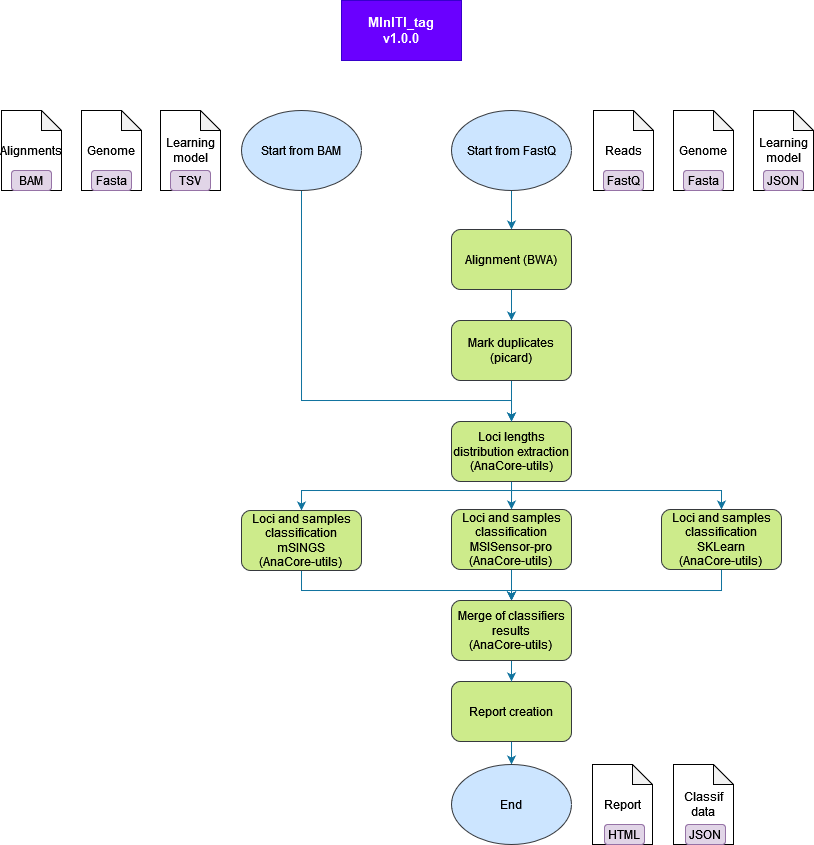
The draw.io diagram doc/img/wf/MInITI_tag.png in bialimed/MInITI, before a commit. Source tidied: cells renumbered, new cells last; positions are measured from the earlier drawing's top-left corner, leaving out a move shared by most shapes. Source of this version:
```xml
<mxGraphModel>
  <root>
    <mxCell id="0" />
    <mxCell id="1" parent="0" />
    <mxCell id="2" value="Report" style="shape=note;whiteSpace=wrap;html=1;backgroundOutline=1;darkOpacity=0.05;size=20;" parent="1" vertex="1">
      <mxGeometry x="591" y="764" width="60" height="80" as="geometry" />
    </mxCell>
    <mxCell id="3" value="Learning model" style="shape=note;whiteSpace=wrap;html=1;backgroundOutline=1;darkOpacity=0.05;size=20;" parent="1" vertex="1">
      <mxGeometry x="752" y="110" width="60" height="80" as="geometry" />
    </mxCell>
    <mxCell id="4" value="Genome" style="shape=note;whiteSpace=wrap;html=1;backgroundOutline=1;darkOpacity=0.05;size=20;" parent="1" vertex="1">
      <mxGeometry x="672" y="110" width="60" height="80" as="geometry" />
    </mxCell>
    <mxCell id="5" style="edgeStyle=orthogonalEdgeStyle;rounded=0;jettySize=auto;html=1;exitX=0.5;exitY=1;exitDx=0;exitDy=0;entryX=0.5;entryY=0;entryDx=0;entryDy=0;fillColor=#b1ddf0;strokeColor=#10739e;" parent="1" edge="1" source="6" target="8">
      <mxGeometry relative="1" as="geometry" />
    </mxCell>
    <mxCell id="6" value="Start from FastQ" style="ellipse;whiteSpace=wrap;html=1;fillColor=#cce5ff;strokeColor=#36393d;" parent="1" vertex="1">
      <mxGeometry x="450" y="110" width="120" height="80" as="geometry" />
    </mxCell>
    <mxCell id="7" style="edgeStyle=orthogonalEdgeStyle;rounded=0;jettySize=auto;html=1;exitX=0.5;exitY=1;exitDx=0;exitDy=0;entryX=0.5;entryY=0;entryDx=0;entryDy=0;fillColor=#b1ddf0;strokeColor=#10739e;" parent="1" edge="1" source="8" target="10">
      <mxGeometry relative="1" as="geometry" />
    </mxCell>
    <mxCell id="8" value="Alignment (BWA)" style="rounded=1;whiteSpace=wrap;html=1;fillColor=#cdeb8b;strokeColor=#36393d;" parent="1" vertex="1">
      <mxGeometry x="450" y="229" width="120" height="60" as="geometry" />
    </mxCell>
    <mxCell id="9" style="edgeStyle=orthogonalEdgeStyle;rounded=0;jettySize=auto;html=1;exitX=0.5;exitY=1;exitDx=0;exitDy=0;entryX=0.5;entryY=0;entryDx=0;entryDy=0;fillColor=#b1ddf0;strokeColor=#10739e;" parent="1" edge="1" source="10" target="14">
      <mxGeometry relative="1" as="geometry" />
    </mxCell>
    <mxCell id="10" value="Mark duplicates (picard)" style="rounded=1;whiteSpace=wrap;html=1;fillColor=#cdeb8b;strokeColor=#36393d;" parent="1" vertex="1">
      <mxGeometry x="450" y="320" width="120" height="60" as="geometry" />
    </mxCell>
    <mxCell id="11" style="edgeStyle=orthogonalEdgeStyle;rounded=0;jettySize=auto;html=1;exitX=0.5;exitY=1;exitDx=0;exitDy=0;entryX=0.5;entryY=0;entryDx=0;entryDy=0;fillColor=#b1ddf0;strokeColor=#10739e;" parent="1" edge="1" source="14" target="16">
      <mxGeometry relative="1" as="geometry">
        <Array as="points">
          <mxPoint x="510" y="490" />
          <mxPoint x="300" y="490" />
        </Array>
      </mxGeometry>
    </mxCell>
    <mxCell id="12" style="edgeStyle=orthogonalEdgeStyle;rounded=0;jettySize=auto;html=1;exitX=0.5;exitY=1;exitDx=0;exitDy=0;fontSize=13;fillColor=#b1ddf0;strokeColor=#10739e;" parent="1" edge="1" source="14" target="33">
      <mxGeometry relative="1" as="geometry" />
    </mxCell>
    <mxCell id="13" style="edgeStyle=orthogonalEdgeStyle;rounded=0;jettySize=auto;html=1;exitX=0.5;exitY=1;exitDx=0;exitDy=0;entryX=0.5;entryY=0;entryDx=0;entryDy=0;fontSize=13;fillColor=#b1ddf0;strokeColor=#10739e;" parent="1" edge="1" source="14" target="35">
      <mxGeometry relative="1" as="geometry">
        <Array as="points">
          <mxPoint x="510" y="490" />
          <mxPoint x="720" y="490" />
        </Array>
      </mxGeometry>
    </mxCell>
    <mxCell id="14" value="&lt;div&gt;Loci lengths distribution extraction&lt;/div&gt;&lt;div&gt;(AnaCore-utils)&lt;/div&gt;" style="rounded=1;whiteSpace=wrap;html=1;fillColor=#cdeb8b;strokeColor=#36393d;" parent="1" vertex="1">
      <mxGeometry x="450" y="421" width="120" height="60" as="geometry" />
    </mxCell>
    <mxCell id="15" style="edgeStyle=orthogonalEdgeStyle;rounded=0;jettySize=auto;html=1;exitX=0.5;exitY=1;exitDx=0;exitDy=0;entryX=0.5;entryY=0;entryDx=0;entryDy=0;fontSize=13;fillColor=#b1ddf0;strokeColor=#10739e;" parent="1" edge="1" source="16" target="37">
      <mxGeometry relative="1" as="geometry">
        <Array as="points">
          <mxPoint x="300" y="590" />
          <mxPoint x="510" y="590" />
        </Array>
      </mxGeometry>
    </mxCell>
    <mxCell id="16" value="&lt;div&gt;Loci and samples classification mSINGS&lt;br&gt;&lt;/div&gt;&lt;div&gt;(AnaCore-utils)&lt;br&gt;&lt;/div&gt;" style="rounded=1;whiteSpace=wrap;html=1;fillColor=#cdeb8b;strokeColor=#36393d;" parent="1" vertex="1">
      <mxGeometry x="240" y="510" width="120" height="60" as="geometry" />
    </mxCell>
    <mxCell id="17" style="edgeStyle=orthogonalEdgeStyle;rounded=0;jettySize=auto;html=1;exitX=0.5;exitY=1;exitDx=0;exitDy=0;fillColor=#b1ddf0;strokeColor=#10739e;" parent="1" edge="1" source="18" target="19">
      <mxGeometry relative="1" as="geometry" />
    </mxCell>
    <mxCell id="18" value="Report creation" style="rounded=1;whiteSpace=wrap;html=1;fillColor=#cdeb8b;strokeColor=#36393d;" parent="1" vertex="1">
      <mxGeometry x="450" y="681" width="120" height="60" as="geometry" />
    </mxCell>
    <mxCell id="19" value="End" style="ellipse;whiteSpace=wrap;html=1;fillColor=#cce5ff;strokeColor=#36393d;" parent="1" vertex="1">
      <mxGeometry x="450" y="764" width="120" height="80" as="geometry" />
    </mxCell>
    <mxCell id="20" value="Reads" style="shape=note;whiteSpace=wrap;html=1;backgroundOutline=1;darkOpacity=0.05;size=20;" parent="1" vertex="1">
      <mxGeometry x="592" y="110" width="60" height="80" as="geometry" />
    </mxCell>
    <mxCell id="21" style="edgeStyle=orthogonalEdgeStyle;rounded=0;jettySize=auto;html=1;exitX=0.5;exitY=1;exitDx=0;exitDy=0;fillColor=#b1ddf0;strokeColor=#10739e;" parent="1" edge="1" source="22" target="14">
      <mxGeometry relative="1" as="geometry">
        <Array as="points">
          <mxPoint x="300" y="400" />
          <mxPoint x="510" y="400" />
        </Array>
      </mxGeometry>
    </mxCell>
    <mxCell id="22" value="Start from BAM" style="ellipse;whiteSpace=wrap;html=1;fillColor=#cce5ff;strokeColor=#36393d;" parent="1" vertex="1">
      <mxGeometry x="240" y="110" width="120" height="80" as="geometry" />
    </mxCell>
    <mxCell id="23" value="FastQ" style="rounded=1;whiteSpace=wrap;html=1;fillColor=#e1d5e7;strokeColor=#9673a6;" parent="1" vertex="1">
      <mxGeometry x="602" y="170" width="40" height="20" as="geometry" />
    </mxCell>
    <mxCell id="24" value="Fasta" style="rounded=1;whiteSpace=wrap;html=1;fillColor=#e1d5e7;strokeColor=#9673a6;" parent="1" vertex="1">
      <mxGeometry x="682" y="170" width="40" height="20" as="geometry" />
    </mxCell>
    <mxCell id="25" value="JSON" style="rounded=1;whiteSpace=wrap;html=1;fillColor=#e1d5e7;strokeColor=#9673a6;" parent="1" vertex="1">
      <mxGeometry x="762" y="170" width="40" height="20" as="geometry" />
    </mxCell>
    <mxCell id="26" value="HTML" style="rounded=1;whiteSpace=wrap;html=1;fillColor=#e1d5e7;strokeColor=#9673a6;" parent="1" vertex="1">
      <mxGeometry x="603" y="824" width="40" height="20" as="geometry" />
    </mxCell>
    <mxCell id="27" value="Learning model" style="shape=note;whiteSpace=wrap;html=1;backgroundOutline=1;darkOpacity=0.05;size=20;" parent="1" vertex="1">
      <mxGeometry x="159" y="110" width="60" height="80" as="geometry" />
    </mxCell>
    <mxCell id="28" value="Alignments" style="shape=note;whiteSpace=wrap;html=1;backgroundOutline=1;darkOpacity=0.05;size=20;" parent="1" vertex="1">
      <mxGeometry y="110" width="60" height="80" as="geometry" />
    </mxCell>
    <mxCell id="29" value="BAM" style="rounded=1;whiteSpace=wrap;html=1;fillColor=#e1d5e7;strokeColor=#9673a6;" parent="1" vertex="1">
      <mxGeometry x="10" y="170" width="40" height="20" as="geometry" />
    </mxCell>
    <mxCell id="30" value="TSV" style="rounded=1;whiteSpace=wrap;html=1;fillColor=#e1d5e7;strokeColor=#9673a6;" parent="1" vertex="1">
      <mxGeometry x="169" y="170" width="40" height="20" as="geometry" />
    </mxCell>
    <mxCell id="31" value="&lt;div&gt;MInITI_tag&lt;/div&gt;&lt;div&gt;v1.0.0&lt;/div&gt;" style="rounded=0;whiteSpace=wrap;html=1;fillColor=#6a00ff;strokeColor=#3700CC;fontColor=#ffffff;fontSize=13;fontStyle=1;" parent="1" vertex="1">
      <mxGeometry x="340" width="120" height="60" as="geometry" />
    </mxCell>
    <mxCell id="32" style="edgeStyle=orthogonalEdgeStyle;rounded=0;jettySize=auto;html=1;exitX=0.5;exitY=1;exitDx=0;exitDy=0;entryX=0.5;entryY=0;entryDx=0;entryDy=0;fontSize=13;fillColor=#b1ddf0;strokeColor=#10739e;" parent="1" edge="1" source="33" target="37">
      <mxGeometry relative="1" as="geometry" />
    </mxCell>
    <mxCell id="33" value="&lt;div&gt;Loci and samples classification MSISensor-pro&lt;br&gt;&lt;/div&gt;&lt;div&gt;(AnaCore-utils)&lt;br&gt;&lt;/div&gt;" style="rounded=1;whiteSpace=wrap;html=1;fillColor=#cdeb8b;strokeColor=#36393d;" parent="1" vertex="1">
      <mxGeometry x="450" y="509" width="120" height="60" as="geometry" />
    </mxCell>
    <mxCell id="34" style="edgeStyle=orthogonalEdgeStyle;rounded=0;jettySize=auto;html=1;exitX=0.5;exitY=1;exitDx=0;exitDy=0;fontSize=13;fillColor=#b1ddf0;strokeColor=#10739e;" parent="1" edge="1" source="35" target="37">
      <mxGeometry relative="1" as="geometry">
        <Array as="points">
          <mxPoint x="720" y="590" />
          <mxPoint x="510" y="590" />
        </Array>
      </mxGeometry>
    </mxCell>
    <mxCell id="35" value="&lt;div&gt;Loci and samples classification SKLearn&lt;br&gt;&lt;/div&gt;&lt;div&gt;(AnaCore-utils)&lt;br&gt;&lt;/div&gt;" style="rounded=1;whiteSpace=wrap;html=1;fillColor=#cdeb8b;strokeColor=#36393d;" parent="1" vertex="1">
      <mxGeometry x="660" y="509" width="120" height="60" as="geometry" />
    </mxCell>
    <mxCell id="36" style="edgeStyle=orthogonalEdgeStyle;rounded=0;jettySize=auto;html=1;exitX=0.5;exitY=1;exitDx=0;exitDy=0;entryX=0.5;entryY=0;entryDx=0;entryDy=0;fontSize=13;fillColor=#b1ddf0;strokeColor=#10739e;" parent="1" edge="1" source="37" target="18">
      <mxGeometry relative="1" as="geometry" />
    </mxCell>
    <mxCell id="37" value="&lt;div&gt;Merge of classifiers results&lt;/div&gt;&lt;div&gt;(AnaCore-utils)&lt;br&gt;&lt;/div&gt;" style="rounded=1;whiteSpace=wrap;html=1;fillColor=#cdeb8b;strokeColor=#36393d;" parent="1" vertex="1">
      <mxGeometry x="450" y="600" width="120" height="60" as="geometry" />
    </mxCell>
    <mxCell id="38" value="Classif data" style="shape=note;whiteSpace=wrap;html=1;backgroundOutline=1;darkOpacity=0.05;size=20;" parent="1" vertex="1">
      <mxGeometry x="672" y="764" width="60" height="80" as="geometry" />
    </mxCell>
    <mxCell id="39" value="JSON" style="rounded=1;whiteSpace=wrap;html=1;fillColor=#e1d5e7;strokeColor=#9673a6;" parent="1" vertex="1">
      <mxGeometry x="684" y="824" width="40" height="20" as="geometry" />
    </mxCell>
    <mxCell id="40" value="Genome" style="shape=note;whiteSpace=wrap;html=1;backgroundOutline=1;darkOpacity=0.05;size=20;" parent="1" vertex="1">
      <mxGeometry x="80" y="110" width="60" height="80" as="geometry" />
    </mxCell>
    <mxCell id="41" value="Fasta" style="rounded=1;whiteSpace=wrap;html=1;fillColor=#e1d5e7;strokeColor=#9673a6;" parent="1" vertex="1">
      <mxGeometry x="90" y="170" width="40" height="20" as="geometry" />
    </mxCell>
  </root>
</mxGraphModel>
```
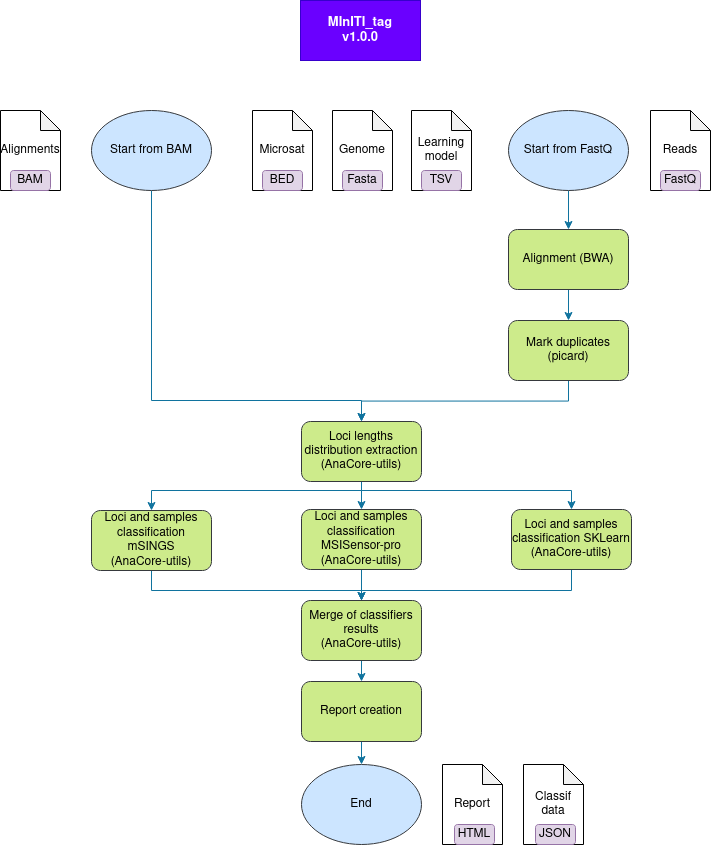
After the change.

Diff of the diagram source:
```diff
@@ -5,29 +5,23 @@
     <mxCell id="2" value="Report" style="shape=note;whiteSpace=wrap;html=1;backgroundOutline=1;darkOpacity=0.05;size=20;" parent="1" vertex="1">
       <mxGeometry x="591" y="764" width="60" height="80" as="geometry" />
     </mxCell>
-    <mxCell id="3" value="Learning model" style="shape=note;whiteSpace=wrap;html=1;backgroundOutline=1;darkOpacity=0.05;size=20;" parent="1" vertex="1">
-      <mxGeometry x="752" y="110" width="60" height="80" as="geometry" />
-    </mxCell>
-    <mxCell id="4" value="Genome" style="shape=note;whiteSpace=wrap;html=1;backgroundOutline=1;darkOpacity=0.05;size=20;" parent="1" vertex="1">
-      <mxGeometry x="672" y="110" width="60" height="80" as="geometry" />
-    </mxCell>
     <mxCell id="5" style="edgeStyle=orthogonalEdgeStyle;rounded=0;jettySize=auto;html=1;exitX=0.5;exitY=1;exitDx=0;exitDy=0;entryX=0.5;entryY=0;entryDx=0;entryDy=0;fillColor=#b1ddf0;strokeColor=#10739e;" parent="1" edge="1" source="6" target="8">
       <mxGeometry relative="1" as="geometry" />
     </mxCell>
     <mxCell id="6" value="Start from FastQ" style="ellipse;whiteSpace=wrap;html=1;fillColor=#cce5ff;strokeColor=#36393d;" parent="1" vertex="1">
-      <mxGeometry x="450" y="110" width="120" height="80" as="geometry" />
+      <mxGeometry x="657" y="110" width="120" height="80" as="geometry" />
     </mxCell>
     <mxCell id="7" style="edgeStyle=orthogonalEdgeStyle;rounded=0;jettySize=auto;html=1;exitX=0.5;exitY=1;exitDx=0;exitDy=0;entryX=0.5;entryY=0;entryDx=0;entryDy=0;fillColor=#b1ddf0;strokeColor=#10739e;" parent="1" edge="1" source="8" target="10">
       <mxGeometry relative="1" as="geometry" />
     </mxCell>
     <mxCell id="8" value="Alignment (BWA)" style="rounded=1;whiteSpace=wrap;html=1;fillColor=#cdeb8b;strokeColor=#36393d;" parent="1" vertex="1">
-      <mxGeometry x="450" y="229" width="120" height="60" as="geometry" />
+      <mxGeometry x="657" y="229" width="120" height="60" as="geometry" />
     </mxCell>
     <mxCell id="9" style="edgeStyle=orthogonalEdgeStyle;rounded=0;jettySize=auto;html=1;exitX=0.5;exitY=1;exitDx=0;exitDy=0;entryX=0.5;entryY=0;entryDx=0;entryDy=0;fillColor=#b1ddf0;strokeColor=#10739e;" parent="1" edge="1" source="10" target="14">
       <mxGeometry relative="1" as="geometry" />
     </mxCell>
     <mxCell id="10" value="Mark duplicates (picard)" style="rounded=1;whiteSpace=wrap;html=1;fillColor=#cdeb8b;strokeColor=#36393d;" parent="1" vertex="1">
-      <mxGeometry x="450" y="320" width="120" height="60" as="geometry" />
+      <mxGeometry x="657" y="320" width="120" height="60" as="geometry" />
     </mxCell>
     <mxCell id="11" style="edgeStyle=orthogonalEdgeStyle;rounded=0;jettySize=auto;html=1;exitX=0.5;exitY=1;exitDx=0;exitDy=0;entryX=0.5;entryY=0;entryDx=0;entryDy=0;fillColor=#b1ddf0;strokeColor=#10739e;" parent="1" edge="1" source="14" target="16">
       <mxGeometry relative="1" as="geometry">
@@ -72,7 +66,7 @@
       <mxGeometry x="450" y="764" width="120" height="80" as="geometry" />
     </mxCell>
     <mxCell id="20" value="Reads" style="shape=note;whiteSpace=wrap;html=1;backgroundOutline=1;darkOpacity=0.05;size=20;" parent="1" vertex="1">
-      <mxGeometry x="592" y="110" width="60" height="80" as="geometry" />
+      <mxGeometry x="799" y="110" width="60" height="80" as="geometry" />
     </mxCell>
     <mxCell id="21" style="edgeStyle=orthogonalEdgeStyle;rounded=0;jettySize=auto;html=1;exitX=0.5;exitY=1;exitDx=0;exitDy=0;fillColor=#b1ddf0;strokeColor=#10739e;" parent="1" edge="1" source="22" target="14">
       <mxGeometry relative="1" as="geometry">
@@ -86,31 +80,25 @@
       <mxGeometry x="240" y="110" width="120" height="80" as="geometry" />
     </mxCell>
     <mxCell id="23" value="FastQ" style="rounded=1;whiteSpace=wrap;html=1;fillColor=#e1d5e7;strokeColor=#9673a6;" parent="1" vertex="1">
-      <mxGeometry x="602" y="170" width="40" height="20" as="geometry" />
+      <mxGeometry x="809" y="170" width="40" height="20" as="geometry" />
     </mxCell>
-    <mxCell id="24" value="Fasta" style="rounded=1;whiteSpace=wrap;html=1;fillColor=#e1d5e7;strokeColor=#9673a6;" parent="1" vertex="1">
-      <mxGeometry x="682" y="170" width="40" height="20" as="geometry" />
-    </mxCell>
-    <mxCell id="25" value="JSON" style="rounded=1;whiteSpace=wrap;html=1;fillColor=#e1d5e7;strokeColor=#9673a6;" parent="1" vertex="1">
-      <mxGeometry x="762" y="170" width="40" height="20" as="geometry" />
-    </mxCell>
     <mxCell id="26" value="HTML" style="rounded=1;whiteSpace=wrap;html=1;fillColor=#e1d5e7;strokeColor=#9673a6;" parent="1" vertex="1">
       <mxGeometry x="603" y="824" width="40" height="20" as="geometry" />
     </mxCell>
     <mxCell id="27" value="Learning model" style="shape=note;whiteSpace=wrap;html=1;backgroundOutline=1;darkOpacity=0.05;size=20;" parent="1" vertex="1">
-      <mxGeometry x="159" y="110" width="60" height="80" as="geometry" />
+      <mxGeometry x="560" y="110" width="60" height="80" as="geometry" />
     </mxCell>
     <mxCell id="28" value="Alignments" style="shape=note;whiteSpace=wrap;html=1;backgroundOutline=1;darkOpacity=0.05;size=20;" parent="1" vertex="1">
-      <mxGeometry y="110" width="60" height="80" as="geometry" />
+      <mxGeometry x="149" y="110" width="60" height="80" as="geometry" />
     </mxCell>
     <mxCell id="29" value="BAM" style="rounded=1;whiteSpace=wrap;html=1;fillColor=#e1d5e7;strokeColor=#9673a6;" parent="1" vertex="1">
-      <mxGeometry x="10" y="170" width="40" height="20" as="geometry" />
+      <mxGeometry x="159" y="170" width="40" height="20" as="geometry" />
     </mxCell>
     <mxCell id="30" value="TSV" style="rounded=1;whiteSpace=wrap;html=1;fillColor=#e1d5e7;strokeColor=#9673a6;" parent="1" vertex="1">
-      <mxGeometry x="169" y="170" width="40" height="20" as="geometry" />
+      <mxGeometry x="570" y="170" width="40" height="20" as="geometry" />
     </mxCell>
     <mxCell id="31" value="&lt;div&gt;MInITI_tag&lt;/div&gt;&lt;div&gt;v1.0.0&lt;/div&gt;" style="rounded=0;whiteSpace=wrap;html=1;fillColor=#6a00ff;strokeColor=#3700CC;fontColor=#ffffff;fontSize=13;fontStyle=1;" parent="1" vertex="1">
-      <mxGeometry x="340" width="120" height="60" as="geometry" />
+      <mxGeometry x="449" width="120" height="60" as="geometry" />
     </mxCell>
     <mxCell id="32" style="edgeStyle=orthogonalEdgeStyle;rounded=0;jettySize=auto;html=1;exitX=0.5;exitY=1;exitDx=0;exitDy=0;entryX=0.5;entryY=0;entryDx=0;entryDy=0;fontSize=13;fillColor=#b1ddf0;strokeColor=#10739e;" parent="1" edge="1" source="33" target="37">
       <mxGeometry relative="1" as="geometry" />
@@ -142,10 +130,16 @@
       <mxGeometry x="684" y="824" width="40" height="20" as="geometry" />
     </mxCell>
     <mxCell id="40" value="Genome" style="shape=note;whiteSpace=wrap;html=1;backgroundOutline=1;darkOpacity=0.05;size=20;" parent="1" vertex="1">
-      <mxGeometry x="80" y="110" width="60" height="80" as="geometry" />
+      <mxGeometry x="481" y="110" width="60" height="80" as="geometry" />
     </mxCell>
     <mxCell id="41" value="Fasta" style="rounded=1;whiteSpace=wrap;html=1;fillColor=#e1d5e7;strokeColor=#9673a6;" parent="1" vertex="1">
-      <mxGeometry x="90" y="170" width="40" height="20" as="geometry" />
+      <mxGeometry x="491" y="170" width="40" height="20" as="geometry" />
     </mxCell>
+    <mxCell id="42" value="Microsat" style="shape=note;whiteSpace=wrap;html=1;backgroundOutline=1;darkOpacity=0.05;size=20;" parent="1" vertex="1">
+      <mxGeometry x="401" y="110" width="60" height="80" as="geometry" />
+    </mxCell>
+    <mxCell id="43" value="BED" style="rounded=1;whiteSpace=wrap;html=1;fillColor=#e1d5e7;strokeColor=#9673a6;" parent="1" vertex="1">
+      <mxGeometry x="411" y="170" width="40" height="20" as="geometry" />
+    </mxCell>
   </root>
 </mxGraphModel>
```
